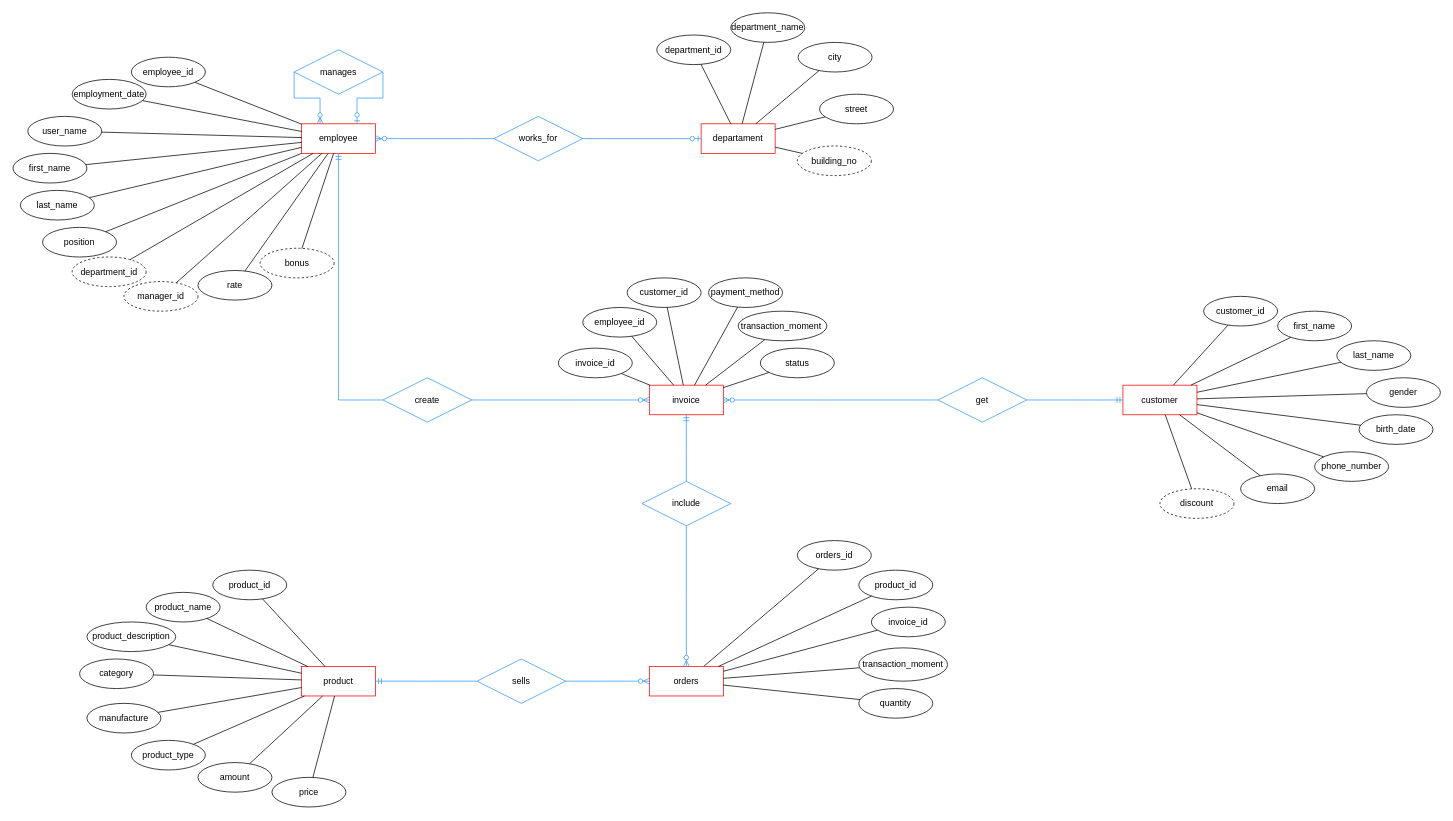
Before: Company with invoice.drawio in Yufich/SQL-LAB, a draw.io diagram. Source tidied: cells renumbered, new cells numbered last; positions are measured from the earlier drawing's top-left corner, leaving out a move shared by most shapes. Both pictures are drawn from the tidied source at 74%, with x=0, y=0 at pixel (13, 13).
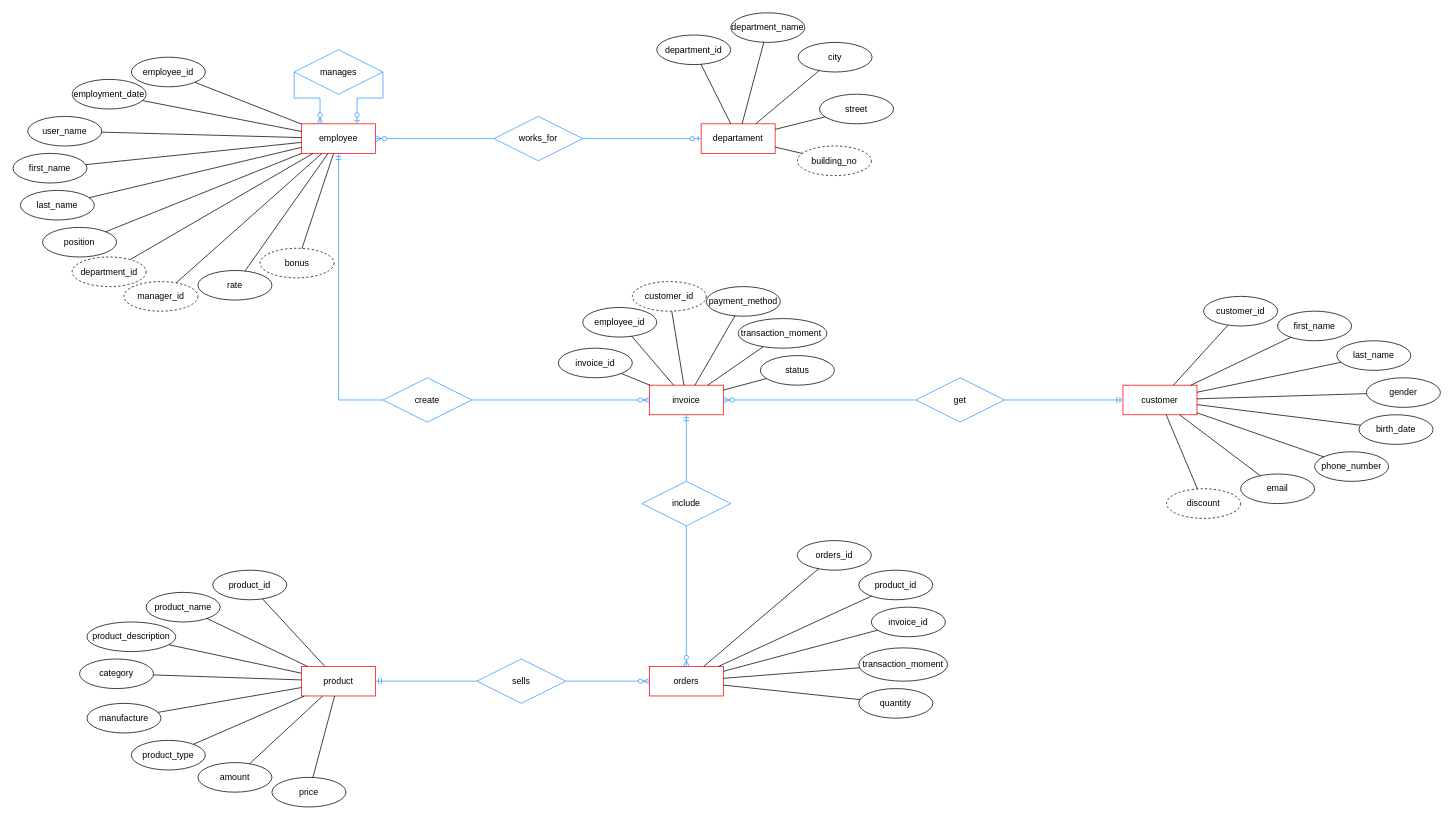
The same page after the edit.

Change to the diagram source:
```diff
@@
     <mxCell id="61" value="discount" style="ellipse;whiteSpace=wrap;html=1;align=center;dashed=1;" parent="1" vertex="1">
-      <mxGeometry x="1550" y="643" width="100" height="40" as="geometry" />
+      <mxGeometry x="1559" y="643" width="100" height="40" as="geometry" />
     </mxCell>
@@
     <mxCell id="95" value="status" style="ellipse;whiteSpace=wrap;html=1;align=center;" parent="1" vertex="1">
-      <mxGeometry x="1010" y="453" width="100" height="40" as="geometry" />
+      <mxGeometry x="1010" y="463" width="100" height="40" as="geometry" />
     </mxCell>
     <mxCell id="96" value="transaction_moment&amp;nbsp;" style="ellipse;whiteSpace=wrap;html=1;align=center;" parent="1" vertex="1">
-      <mxGeometry x="980" y="403" width="120" height="40" as="geometry" />
+      <mxGeometry x="980" y="413" width="120" height="40" as="geometry" />
     </mxCell>
     <mxCell id="97" value="payment_method" style="ellipse;whiteSpace=wrap;html=1;align=center;" parent="1" vertex="1">
-      <mxGeometry x="940" y="358" width="100" height="40" as="geometry" />
+      <mxGeometry x="937" y="369.8" width="100" height="40" as="geometry" />
     </mxCell>
-    <mxCell id="98" value="customer_id" style="ellipse;whiteSpace=wrap;html=1;align=center;" parent="1" vertex="1">
-      <mxGeometry x="830" y="358" width="100" height="40" as="geometry" />
-    </mxCell>
@@
     <mxCell id="107" value="get" style="shape=rhombus;perimeter=rhombusPerimeter;whiteSpace=wrap;html=1;align=center;strokeColor=#3399FF;" parent="1" vertex="1">
-      <mxGeometry x="1250" y="493" width="120" height="60" as="geometry" />
+      <mxGeometry x="1220" y="493" width="120" height="60" as="geometry" />
     </mxCell>
@@
+    <mxCell id="98" value="customer_id" style="ellipse;whiteSpace=wrap;html=1;align=center;dashed=1;" parent="1" vertex="1">
+      <mxGeometry x="837" y="363" width="100" height="40" as="geometry" />
+    </mxCell>
```
